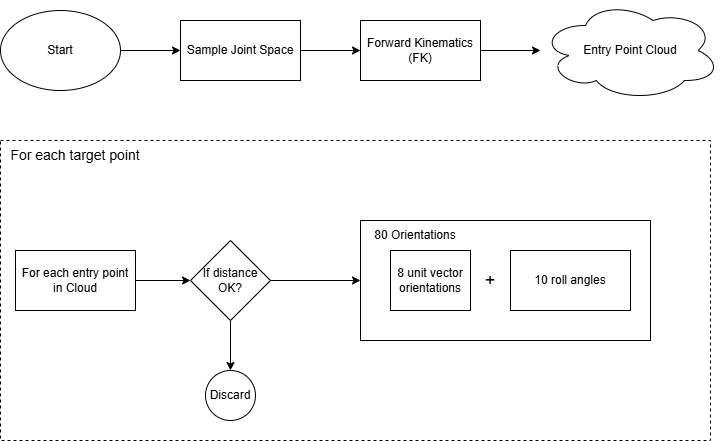
prabhunithingollapudi007/test-grafiti keeps this draw.io diagram as existing entry point planning.png. Above is the earlier version. Source tidied: cells renumbered, new cells last; positions are measured from the earlier drawing's top-left corner, leaving out a move shared by most shapes.
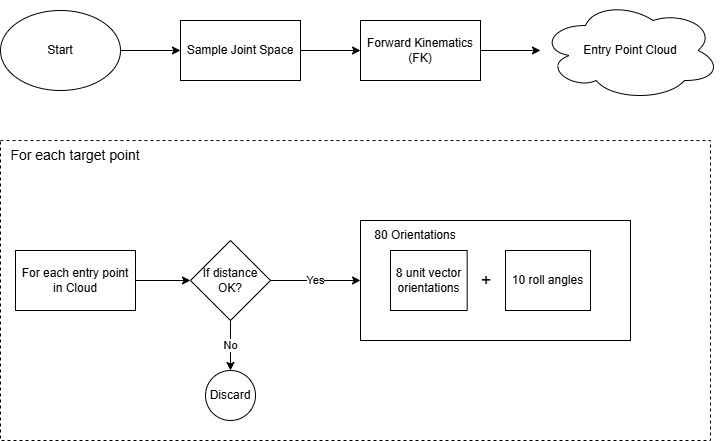
After the commit.

Change to the diagram source:
```diff
@@ -35,10 +35,10 @@
     <mxCell id="12" value="For each entry point in Cloud" style="rounded=0;whiteSpace=wrap;html=1;" parent="1" vertex="1">
       <mxGeometry x="15" y="250" width="120" height="60" as="geometry" />
     </mxCell>
-    <mxCell id="13" style="edgeStyle=orthogonalEdgeStyle;rounded=0;jettySize=auto;html=1;" parent="1" edge="1" source="15" target="16">
+    <mxCell id="13" value="No" style="edgeStyle=orthogonalEdgeStyle;rounded=0;jettySize=auto;html=1;" parent="1" edge="1" source="15" target="16">
       <mxGeometry relative="1" as="geometry" />
     </mxCell>
-    <mxCell id="14" style="edgeStyle=orthogonalEdgeStyle;rounded=0;jettySize=auto;html=1;" parent="1" edge="1" source="15" target="17">
+    <mxCell id="14" value="Yes" style="edgeStyle=orthogonalEdgeStyle;rounded=0;jettySize=auto;html=1;" parent="1" edge="1" source="15" target="17">
       <mxGeometry relative="1" as="geometry" />
     </mxCell>
     <mxCell id="15" value="If distance OK?" style="rhombus;whiteSpace=wrap;html=1;rounded=0;" parent="1" vertex="1">
@@ -48,19 +48,22 @@
       <mxGeometry x="205" y="370" width="50" height="50" as="geometry" />
     </mxCell>
     <mxCell id="17" style="whiteSpace=wrap;html=1;rounded=0;fillColor=default;" parent="1" vertex="1">
-      <mxGeometry x="360" y="220" width="290" height="120" as="geometry" />
+      <mxGeometry x="360" y="220" width="270" height="120" as="geometry" />
     </mxCell>
     <mxCell id="18" value="80 Orientations" style="text;html=1;whiteSpace=wrap;strokeColor=none;fillColor=none;align=center;verticalAlign=middle;rounded=0;" parent="1" vertex="1">
       <mxGeometry x="370" y="220" width="90" height="30" as="geometry" />
     </mxCell>
+    <mxCell id="22" style="group;" parent="1" vertex="1">
+      <mxGeometry x="390" y="250" width="200" height="60" as="geometry" />
+    </mxCell>
-    <mxCell id="19" value="8 unit vector orientations" style="rounded=0;whiteSpace=wrap;html=1;" parent="1" vertex="1">
-      <mxGeometry x="390" y="250" width="80" height="60" as="geometry" />
+    <mxCell id="19" value="8 unit vector orientations" style="rounded=0;whiteSpace=wrap;html=1;" parent="22" vertex="1">
+      <mxGeometry width="76.7" height="60" as="geometry" />
     </mxCell>
-    <mxCell id="20" value="10 roll angles" style="rounded=0;whiteSpace=wrap;html=1;" parent="1" vertex="1">
-      <mxGeometry x="510" y="250" width="120" height="60" as="geometry" />
+    <mxCell id="20" value="10 roll angles" style="rounded=0;whiteSpace=wrap;html=1;" parent="22" vertex="1">
+      <mxGeometry x="115" width="85" height="60" as="geometry" />
     </mxCell>
-    <mxCell id="21" value="&lt;font style=&quot;font-size: 18px;&quot;&gt;+&lt;/font&gt;" style="text;html=1;whiteSpace=wrap;strokeColor=none;fillColor=none;align=center;verticalAlign=middle;rounded=0;" parent="1" vertex="1">
-      <mxGeometry x="460" y="265" width="60" height="30" as="geometry" />
+    <mxCell id="21" value="&lt;font style=&quot;font-size: 18px;&quot;&gt;+&lt;/font&gt;" style="text;html=1;whiteSpace=wrap;strokeColor=none;fillColor=none;align=center;verticalAlign=middle;rounded=0;" parent="22" vertex="1">
+      <mxGeometry x="67.1" y="15" width="57.5" height="30" as="geometry" />
     </mxCell>
   </root>
 </mxGraphModel>
```
